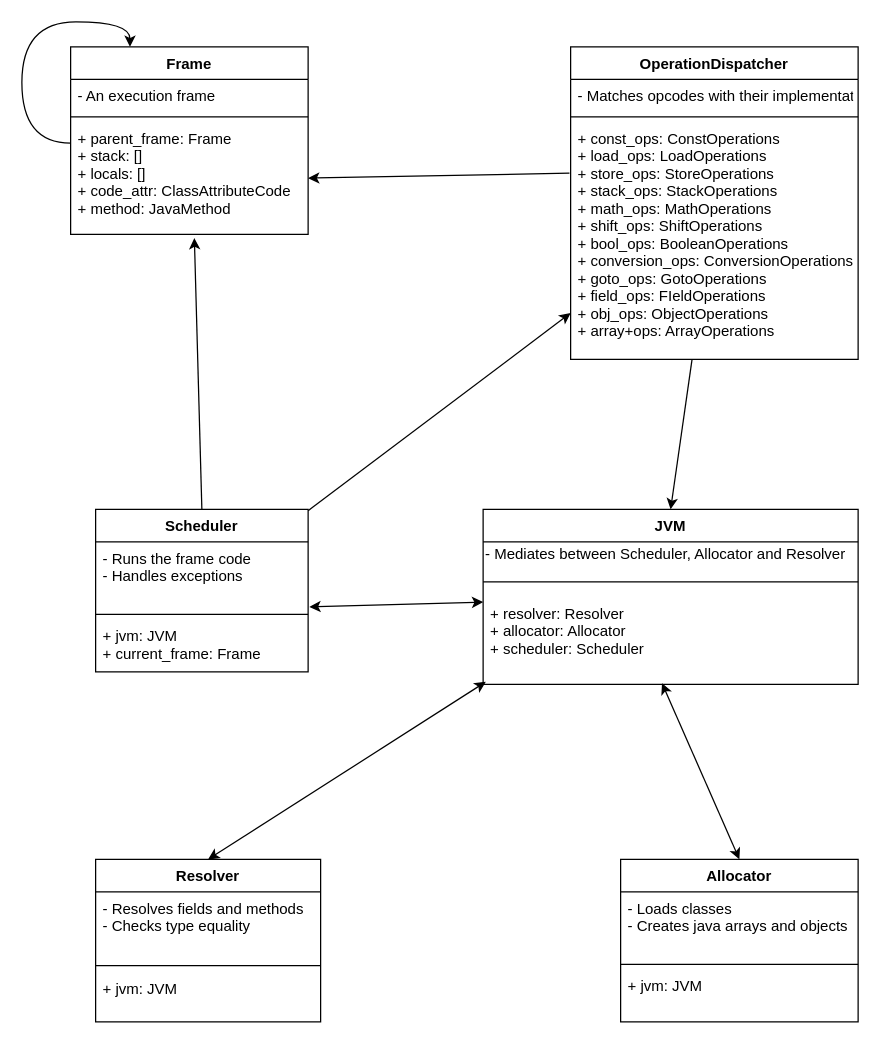
Before: diagram.drawio in chrimeea/giuseppe, a draw.io diagram. Source tidied: cells renumbered, new cells numbered last; positions are measured from the earlier drawing's top-left corner, leaving out a move shared by most shapes. Both pictures are drawn from the tidied source at 125%, with x=0, y=0 at pixel (21, 21).
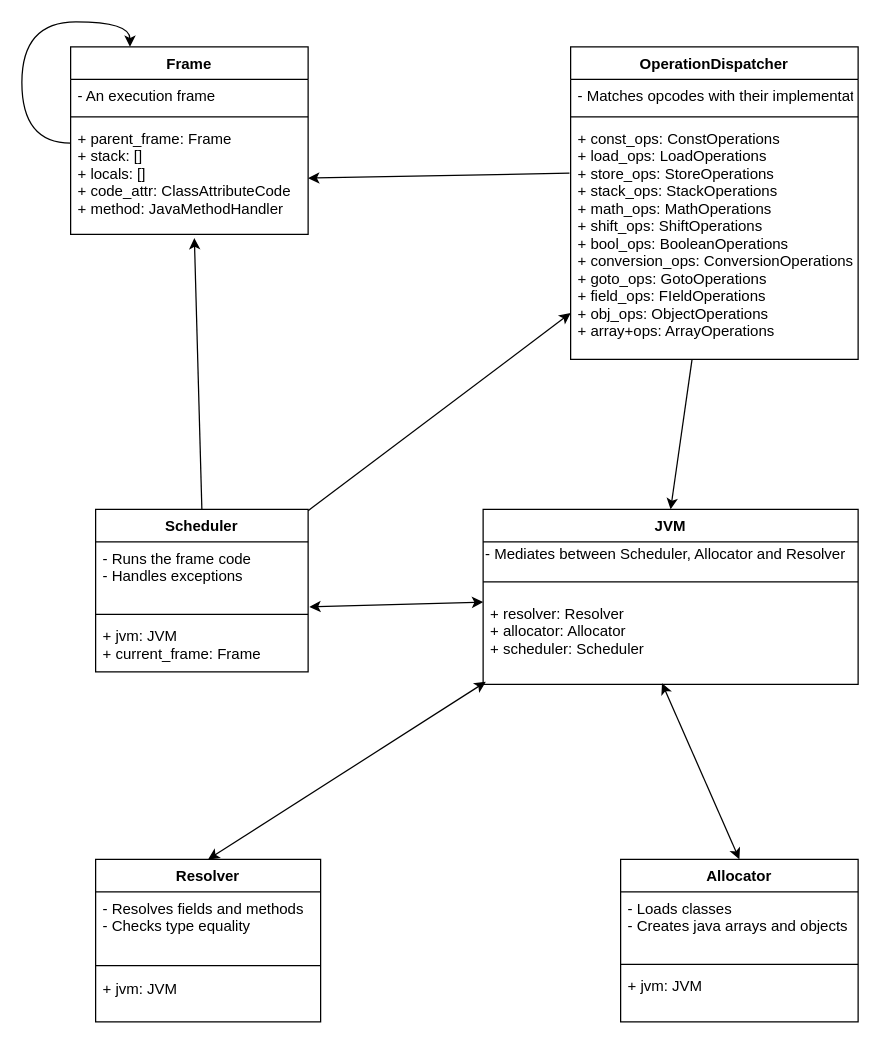
The same page after the edit.

Commit message (it also covers changes not shown here):
field and method handlers

Unchanged cells that the change refers to:
```xml
<mxCell id="23" value="Frame" style="swimlane;fontStyle=1;align=center;verticalAlign=top;horizontal=1;startSize=26;" parent="1" vertex="1">
  <mxGeometry x="39" y="20" width="190" height="150" as="geometry" />
</mxCell>
```

Change to the diagram source:
```diff
@@
-    <mxCell id="26" value="+ parent_frame: Frame&#10;+ stack: []&#10;+ locals: []&#10;+ code_attr: ClassAttributeCode&#10;+ method: JavaMethod&#10;" style="text;strokeColor=none;fillColor=none;align=left;verticalAlign=top;spacingLeft=4;spacingRight=4;overflow=hidden;points=[[0,0.5],[1,0.5]];portConstraint=eastwest;" parent="23" vertex="1">
+    <mxCell id="26" value="+ parent_frame: Frame&#10;+ stack: []&#10;+ locals: []&#10;+ code_attr: ClassAttributeCode&#10;+ method: JavaMethodHandler&#10;" style="text;strokeColor=none;fillColor=none;align=left;verticalAlign=top;spacingLeft=4;spacingRight=4;overflow=hidden;points=[[0,0.5],[1,0.5]];portConstraint=eastwest;" parent="23" vertex="1">
       <mxGeometry y="60" width="190" height="90" as="geometry" />
     </mxCell>
```
